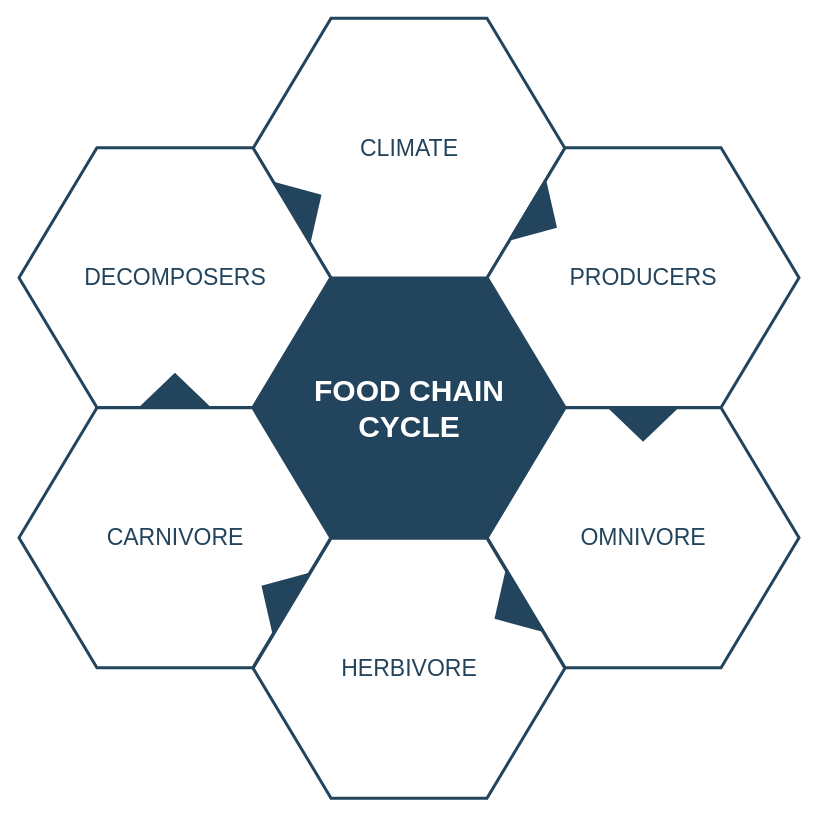
Earlier version of the draw.io diagram Untitled Diagram.drawio (abidlatif/ARTS_object_measures). Source tidied: cells renumbered, new cells numbered last; positions are measured from the earlier drawing's top-left corner, leaving out a move shared by most shapes. Both pictures are drawn from the tidied source at 100%, with x=0, y=0 at pixel (18, 18).
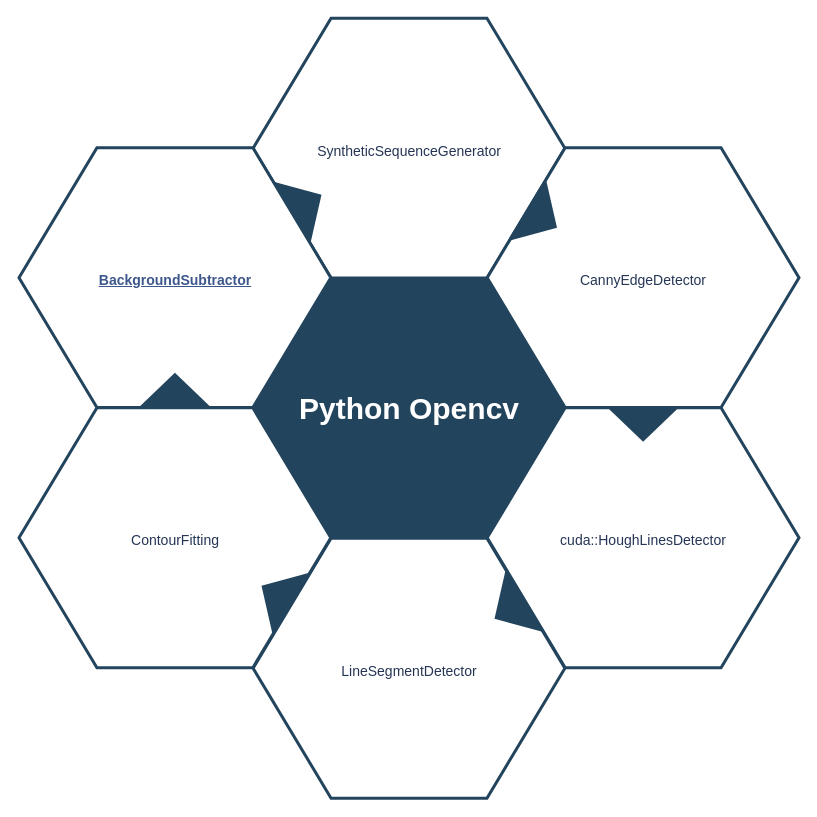
After the change.

Diff of the diagram source:
```diff
@@
-<mxGraphModel background="#ffffff">
+<mxGraphModel>
   <root>
     <mxCell id="0" />
     <mxCell id="1" parent="0" />
-    <mxCell id="2" value="&lt;font style=&quot;font-size: 30px&quot; color=&quot;#ffffff&quot;&gt;&lt;b&gt;&lt;span&gt;FOOD CHAIN&lt;/span&gt;&lt;br&gt;&lt;span&gt;CYCLE&lt;/span&gt;&lt;/b&gt;&lt;/font&gt;&lt;br&gt;" style="shape=hexagon;perimeter=hexagonPerimeter2;whiteSpace=wrap;html=1;shadow=0;labelBackgroundColor=none;strokeColor=#23445D;fillColor=#23445D;gradientColor=none;fontFamily=Helvetica;fontSize=23;fontColor=#23445d;align=center;strokeWidth=3;" parent="1" vertex="1">
+    <mxCell id="2" value="&lt;font color=&quot;#ffffff&quot;&gt;&lt;span style=&quot;font-size: 30px&quot;&gt;&lt;b&gt;Python Opencv&lt;/b&gt;&lt;/span&gt;&lt;/font&gt;" style="shape=hexagon;perimeter=hexagonPerimeter2;whiteSpace=wrap;html=1;shadow=0;labelBackgroundColor=none;strokeColor=#23445D;fillColor=#23445D;gradientColor=none;fontFamily=Helvetica;fontSize=23;fontColor=#23445d;align=center;strokeWidth=3;" parent="1" vertex="1">
       <mxGeometry x="234.6" y="259.8" width="311.8" height="259.9" as="geometry" />
     </mxCell>
     <mxCell id="3" style="triangle;whiteSpace=wrap;html=1;shadow=0;labelBackgroundColor=none;strokeColor=none;fillColor=#FFFFFF;fontFamily=Helvetica;fontSize=17;fontColor=#23445d;align=center;rotation=90;gradientColor=none;flipV=1;flipH=1;opacity=20;" parent="1" vertex="1">
       <mxGeometry x="115.5" y="277.7" width="72" height="152" as="geometry" />
     </mxCell>
-    <mxCell id="4" value="&lt;font style=&quot;font-size: 23px&quot;&gt;CLIMATE&lt;/font&gt;" style="shape=hexagon;perimeter=hexagonPerimeter2;whiteSpace=wrap;html=1;shadow=0;labelBackgroundColor=none;strokeColor=#23445D;fillColor=#ffffff;gradientColor=none;fontFamily=Helvetica;fontSize=23;fontColor=#23445D;align=center;strokeWidth=3;" parent="1" vertex="1">
+    <mxCell id="4" value="&lt;span style=&quot;color: rgb(37 , 53 , 85) ; font-family: &amp;#34;helvetica&amp;#34; , &amp;#34;segoe ui&amp;#34; , &amp;#34;arial&amp;#34; , &amp;#34;freesans&amp;#34; , sans-serif ; font-size: 14px ; font-style: normal ; font-weight: 400 ; letter-spacing: normal ; text-indent: 0px ; text-transform: none ; word-spacing: 0px ; display: inline ; float: none ; background-color: rgb(255 , 255 , 255)&quot;&gt;SyntheticSequenceGenerator&lt;/span&gt;" style="shape=hexagon;perimeter=hexagonPerimeter2;whiteSpace=wrap;html=1;shadow=0;labelBackgroundColor=none;strokeColor=#23445D;fillColor=#ffffff;gradientColor=none;fontFamily=Helvetica;fontSize=23;fontColor=#23445D;align=center;strokeWidth=3;" parent="1" vertex="1">
       <mxGeometry x="234.6" y="-0.3" width="311.8" height="259.9" as="geometry" />
     </mxCell>
-    <mxCell id="5" value="&lt;font style=&quot;font-size: 23px&quot;&gt;PRODUCERS&lt;/font&gt;" style="shape=hexagon;perimeter=hexagonPerimeter2;whiteSpace=wrap;html=1;shadow=0;labelBackgroundColor=none;strokeColor=#23445D;fillColor=#FFFFFF;gradientColor=none;fontFamily=Helvetica;fontSize=23;fontColor=#23445d;align=center;strokeWidth=3;" parent="1" vertex="1">
+    <mxCell id="5" value="&lt;span style=&quot;color: rgb(37 , 53 , 85) ; font-family: &amp;#34;helvetica&amp;#34; , &amp;#34;segoe ui&amp;#34; , &amp;#34;arial&amp;#34; , &amp;#34;freesans&amp;#34; , sans-serif ; font-size: 14px ; background-color: rgb(255 , 255 , 255)&quot;&gt;CannyEdgeDetector&lt;/span&gt;" style="shape=hexagon;perimeter=hexagonPerimeter2;whiteSpace=wrap;html=1;shadow=0;labelBackgroundColor=none;strokeColor=#23445D;fillColor=#FFFFFF;gradientColor=none;fontFamily=Helvetica;fontSize=23;fontColor=#23445d;align=center;strokeWidth=3;" parent="1" vertex="1">
       <mxGeometry x="468.7" y="129.2" width="311.8" height="259.9" as="geometry" />
     </mxCell>
-    <mxCell id="6" value="&lt;font style=&quot;font-size: 23px&quot;&gt;OMNIVORE&lt;/font&gt;" style="shape=hexagon;perimeter=hexagonPerimeter2;whiteSpace=wrap;html=1;shadow=0;labelBackgroundColor=none;strokeColor=#23445D;fillColor=#FFFFFF;gradientColor=none;fontFamily=Helvetica;fontSize=23;fontColor=#23445d;align=center;strokeWidth=3;" parent="1" vertex="1">
+    <mxCell id="6" value="&lt;span style=&quot;color: rgb(37 , 53 , 85) ; font-family: &amp;#34;helvetica&amp;#34; , &amp;#34;segoe ui&amp;#34; , &amp;#34;arial&amp;#34; , &amp;#34;freesans&amp;#34; , sans-serif ; font-size: 14px ; background-color: rgb(255 , 255 , 255)&quot;&gt;cuda::HoughLinesDetector&lt;/span&gt;" style="shape=hexagon;perimeter=hexagonPerimeter2;whiteSpace=wrap;html=1;shadow=0;labelBackgroundColor=none;strokeColor=#23445D;fillColor=#FFFFFF;gradientColor=none;fontFamily=Helvetica;fontSize=23;fontColor=#23445d;align=center;strokeWidth=3;" parent="1" vertex="1">
       <mxGeometry x="468.7" y="389.3" width="311.8" height="259.9" as="geometry" />
     </mxCell>
-    <mxCell id="7" value="&lt;font style=&quot;font-size: 23px&quot;&gt;HERBIVORE&lt;/font&gt;" style="shape=hexagon;perimeter=hexagonPerimeter2;whiteSpace=wrap;html=1;shadow=0;labelBackgroundColor=none;strokeColor=#23445D;fillColor=#FFFFFF;gradientColor=none;fontFamily=Helvetica;fontSize=23;fontColor=#23445d;align=center;strokeWidth=3;" parent="1" vertex="1">
+    <mxCell id="7" value="&lt;span style=&quot;color: rgb(37 , 53 , 85) ; font-family: &amp;#34;helvetica&amp;#34; , &amp;#34;segoe ui&amp;#34; , &amp;#34;arial&amp;#34; , &amp;#34;freesans&amp;#34; , sans-serif ; font-size: 14px ; background-color: rgb(255 , 255 , 255)&quot;&gt;LineSegmentDetector&lt;/span&gt;" style="shape=hexagon;perimeter=hexagonPerimeter2;whiteSpace=wrap;html=1;shadow=0;labelBackgroundColor=none;strokeColor=#23445D;fillColor=#FFFFFF;gradientColor=none;fontFamily=Helvetica;fontSize=23;fontColor=#23445d;align=center;strokeWidth=3;" parent="1" vertex="1">
       <mxGeometry x="234.6" y="519.8" width="311.8" height="259.9" as="geometry" />
     </mxCell>
-    <mxCell id="8" value="&lt;font style=&quot;font-size: 23px&quot;&gt;CARNIVORE&lt;/font&gt;" style="shape=hexagon;perimeter=hexagonPerimeter2;whiteSpace=wrap;html=1;shadow=0;labelBackgroundColor=none;strokeColor=#23445D;fillColor=#FFFFFF;gradientColor=none;fontFamily=Helvetica;fontSize=23;fontColor=#23445d;align=center;strokeWidth=3;" parent="1" vertex="1">
+    <mxCell id="8" value="&lt;span style=&quot;color: rgb(37 , 53 , 85) ; font-family: &amp;#34;helvetica&amp;#34; , &amp;#34;segoe ui&amp;#34; , &amp;#34;arial&amp;#34; , &amp;#34;freesans&amp;#34; , sans-serif ; font-size: 14px ; background-color: rgb(255 , 255 , 255)&quot;&gt;ContourFitting&lt;/span&gt;" style="shape=hexagon;perimeter=hexagonPerimeter2;whiteSpace=wrap;html=1;shadow=0;labelBackgroundColor=none;strokeColor=#23445D;fillColor=#FFFFFF;gradientColor=none;fontFamily=Helvetica;fontSize=23;fontColor=#23445d;align=center;strokeWidth=3;" parent="1" vertex="1">
       <mxGeometry x="0.5" y="389.3" width="311.8" height="259.9" as="geometry" />
     </mxCell>
-    <mxCell id="9" value="&lt;font style=&quot;font-size: 23px;&quot;&gt;DECOMPOSERS&lt;/font&gt;" style="shape=hexagon;perimeter=hexagonPerimeter2;whiteSpace=wrap;html=1;shadow=0;labelBackgroundColor=none;strokeColor=#23445D;fillColor=#ffffff;gradientColor=none;fontFamily=Helvetica;fontSize=23;fontColor=#23445D;align=center;strokeWidth=3;" parent="1" vertex="1">
+    <mxCell id="9" value="&lt;a class=&quot;el&quot; href=&quot;https://docs.opencv.org/3.4/de/d4c/classcv_1_1bgsegm_1_1BackgroundSubtractorLSBP.html#a530752d0ba623804b59cf22fbf0ffda0&quot; style=&quot;color: rgb(61 , 87 , 140) ; font-weight: bold ; text-decoration: underline ; font-family: &amp;#34;helvetica&amp;#34; , &amp;#34;segoe ui&amp;#34; , &amp;#34;arial&amp;#34; , &amp;#34;freesans&amp;#34; , sans-serif ; font-size: 14px ; font-style: normal ; letter-spacing: normal ; text-indent: 0px ; text-transform: none ; word-spacing: 0px ; background-color: rgb(255 , 255 , 255)&quot;&gt;BackgroundSubtractor&lt;/a&gt;" style="shape=hexagon;perimeter=hexagonPerimeter2;whiteSpace=wrap;html=1;shadow=0;labelBackgroundColor=none;strokeColor=#23445D;fillColor=#ffffff;gradientColor=none;fontFamily=Helvetica;fontSize=23;fontColor=#23445D;align=center;strokeWidth=3;" parent="1" vertex="1">
       <mxGeometry x="0.5" y="129.2" width="311.8" height="259.9" as="geometry" />
     </mxCell>
     <mxCell id="10" style="triangle;whiteSpace=wrap;html=1;shadow=0;labelBackgroundColor=none;strokeColor=none;fillColor=#23445D;fontFamily=Helvetica;fontSize=17;fontColor=#23445d;align=center;rotation=31;gradientColor=none;strokeWidth=3;" parent="1" vertex="1">
       <mxGeometry x="506" y="163.7" width="35" height="73" as="geometry" />
     </mxCell>
     <mxCell id="11" style="triangle;whiteSpace=wrap;html=1;shadow=0;labelBackgroundColor=none;strokeColor=none;fillColor=#23445D;fontFamily=Helvetica;fontSize=17;fontColor=#23445d;align=center;rotation=31;gradientColor=none;flipH=1;strokeWidth=3;" parent="1" vertex="1">
       <mxGeometry x="240.5" y="539.7" width="35" height="73" as="geometry" />
     </mxCell>
     <mxCell id="12" style="triangle;whiteSpace=wrap;html=1;shadow=0;labelBackgroundColor=none;strokeColor=none;fillColor=#23445D;fontFamily=Helvetica;fontSize=17;fontColor=#23445d;align=center;rotation=329;gradientColor=none;strokeWidth=3;" parent="1" vertex="1">
       <mxGeometry x="270.5" y="148.7" width="35" height="73" as="geometry" />
     </mxCell>
     <mxCell id="13" style="triangle;whiteSpace=wrap;html=1;shadow=0;labelBackgroundColor=none;strokeColor=none;fillColor=#23445D;fontFamily=Helvetica;fontSize=17;fontColor=#23445d;align=center;rotation=329;gradientColor=none;flipH=1;strokeWidth=3;" parent="1" vertex="1">
       <mxGeometry x="473.5" y="554.7" width="35" height="73" as="geometry" />
     </mxCell>
     <mxCell id="14" style="triangle;whiteSpace=wrap;html=1;shadow=0;labelBackgroundColor=none;strokeColor=none;fillColor=#23445D;fontFamily=Helvetica;fontSize=17;fontColor=#23445d;align=center;rotation=90;gradientColor=none;strokeWidth=3;" parent="1" vertex="1">
       <mxGeometry x="607.1" y="369.2" width="35" height="73" as="geometry" />
     </mxCell>
     <mxCell id="15" style="triangle;whiteSpace=wrap;html=1;shadow=0;labelBackgroundColor=none;strokeColor=none;fillColor=#23445D;fontFamily=Helvetica;fontSize=17;fontColor=#23445d;align=center;rotation=90;gradientColor=none;flipH=1;strokeWidth=3;" parent="1" vertex="1">
       <mxGeometry x="138.9" y="335.2" width="35" height="73" as="geometry" />
     </mxCell>
   </root>
 </mxGraphModel>
```
